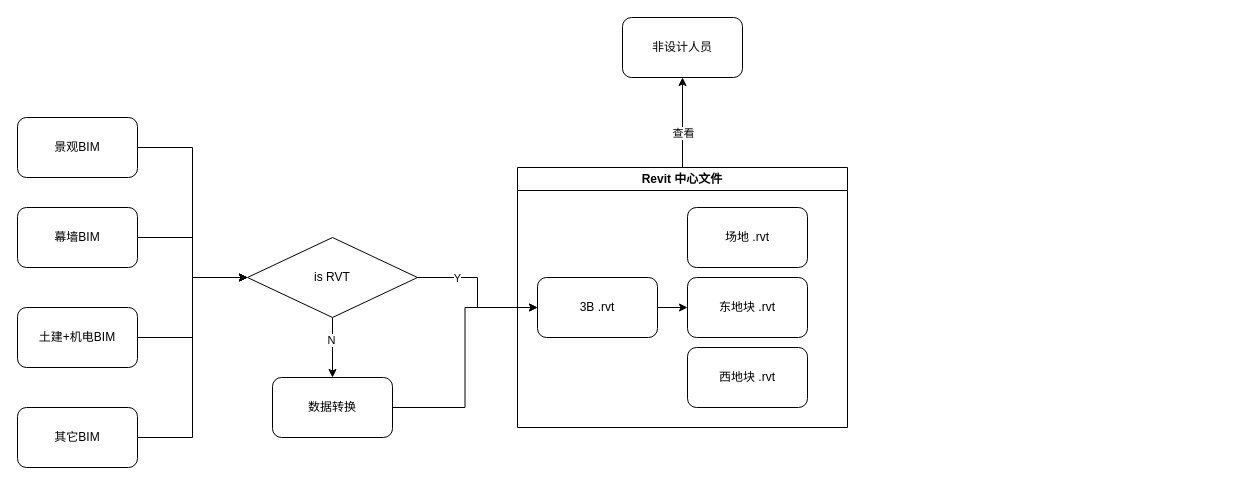
Earlier version of the draw.io diagram 未命名绘图.drawio (gaochaowyq/MinderGraph). Source tidied: cells renumbered, new cells numbered last; positions are measured from the earlier drawing's top-left corner, leaving out a move shared by most shapes. Both pictures are drawn from the tidied source at 100%, with x=0, y=0 at pixel (17, 17).
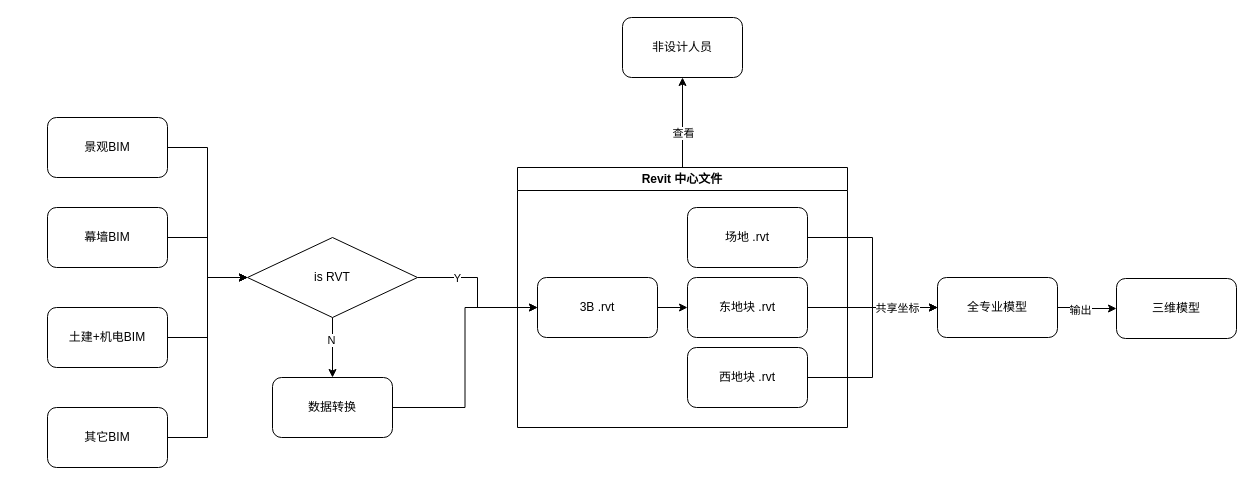
Above is the later version.

Commit message (it also covers changes not shown here):
更新未命名绘图.drawio

The change refers to these unchanged cells:
```xml
<mxCell id="5" value="场地 .rvt" style="rounded=1;whiteSpace=wrap;html=1;" parent="4" vertex="1">
  <mxGeometry x="170" y="40" width="120" height="60" as="geometry" />
</mxCell>
<mxCell id="6" value="东地块 .rvt" style="rounded=1;whiteSpace=wrap;html=1;" parent="4" vertex="1">
  <mxGeometry x="170" y="110" width="120" height="60" as="geometry" />
</mxCell>
<mxCell id="7" value="西地块 .rvt" style="rounded=1;whiteSpace=wrap;html=1;" parent="4" vertex="1">
  <mxGeometry x="170" y="180" width="120" height="60" as="geometry" />
</mxCell>
```

Change to the diagram source:
```diff
@@
     <mxCell id="11" value="景观BIM" style="rounded=1;whiteSpace=wrap;html=1;" parent="1" vertex="1">
-      <mxGeometry y="100" width="120" height="60" as="geometry" />
+      <mxGeometry x="30" y="100" width="120" height="60" as="geometry" />
     </mxCell>
@@
     <mxCell id="13" value="幕墙BIM" style="rounded=1;whiteSpace=wrap;html=1;" parent="1" vertex="1">
-      <mxGeometry y="190" width="120" height="60" as="geometry" />
+      <mxGeometry x="30" y="190" width="120" height="60" as="geometry" />
     </mxCell>
@@
     <mxCell id="15" value="土建+机电BIM" style="rounded=1;whiteSpace=wrap;html=1;" parent="1" vertex="1">
-      <mxGeometry y="290" width="120" height="60" as="geometry" />
+      <mxGeometry x="30" y="290" width="120" height="60" as="geometry" />
     </mxCell>
@@
     <mxCell id="17" value="其它BIM" style="rounded=1;whiteSpace=wrap;html=1;" parent="1" vertex="1">
-      <mxGeometry y="390" width="120" height="60" as="geometry" />
+      <mxGeometry x="30" y="390" width="120" height="60" as="geometry" />
     </mxCell>
@@
+    <mxCell id="26" style="edgeStyle=orthogonalEdgeStyle;rounded=0;jettySize=auto;html=1;" parent="1" edge="1" source="28" target="33">
+      <mxGeometry relative="1" as="geometry" />
+    </mxCell>
+    <mxCell id="27" value="输出" style="edgeLabel;html=1;align=center;verticalAlign=middle;" parent="26" vertex="1">
+      <mxGeometry x="-0.27" y="-2" relative="1" as="geometry" />
+    </mxCell>
+    <mxCell id="28" value="全专业模型" style="rounded=1;whiteSpace=wrap;html=1;" parent="1" vertex="1">
+      <mxGeometry x="920" y="260" width="120" height="60" as="geometry" />
+    </mxCell>
+    <mxCell id="29" style="edgeStyle=orthogonalEdgeStyle;rounded=0;jettySize=auto;html=1;entryX=0;entryY=0.5;entryDx=0;entryDy=0;" parent="1" edge="1" source="5" target="28">
+      <mxGeometry relative="1" as="geometry" />
+    </mxCell>
+    <mxCell id="30" style="edgeStyle=orthogonalEdgeStyle;rounded=0;jettySize=auto;html=1;entryX=0;entryY=0.5;entryDx=0;entryDy=0;" parent="1" edge="1" source="6" target="28">
+      <mxGeometry relative="1" as="geometry" />
+    </mxCell>
+    <mxCell id="31" style="edgeStyle=orthogonalEdgeStyle;rounded=0;jettySize=auto;html=1;entryX=0;entryY=0.5;entryDx=0;entryDy=0;" parent="1" edge="1" source="7" target="28">
+      <mxGeometry relative="1" as="geometry" />
+    </mxCell>
+    <mxCell id="32" value="共享坐标" style="edgeLabel;html=1;align=center;verticalAlign=middle;" parent="31" vertex="1">
+      <mxGeometry x="0.59" relative="1" as="geometry" />
+    </mxCell>
+    <mxCell id="33" value="三维模型" style="rounded=1;whiteSpace=wrap;html=1;" parent="1" vertex="1">
+      <mxGeometry x="1099" y="261" width="120" height="60" as="geometry" />
+    </mxCell>
```
